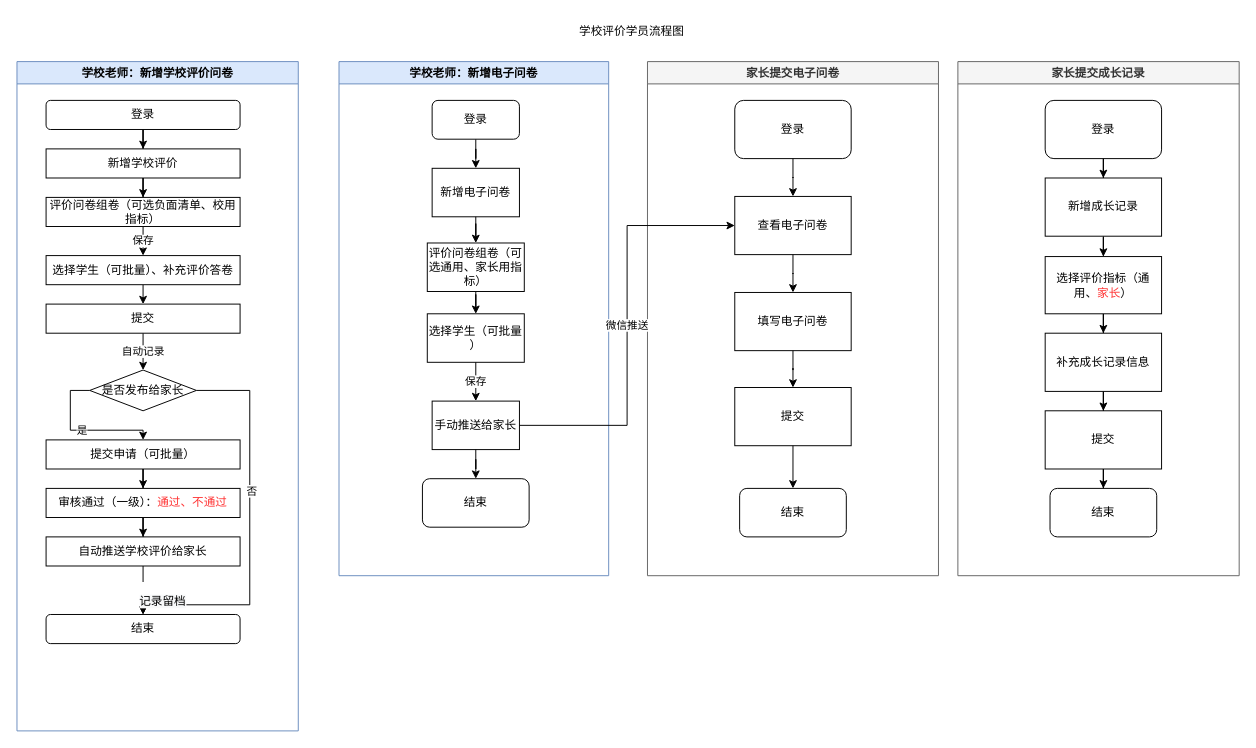
This is page "第 2 页" (1 of 2) of 家校评价学员.drawio from kokyjoky/testRealm, a draw.io file, before an edit. Source tidied: cells renumbered, new cells numbered last; positions are measured from the earlier drawing's top-left corner, leaving out a move shared by most shapes. Both pictures are drawn from the tidied source at 97%, with x=0, y=0 at pixel (16, 16).
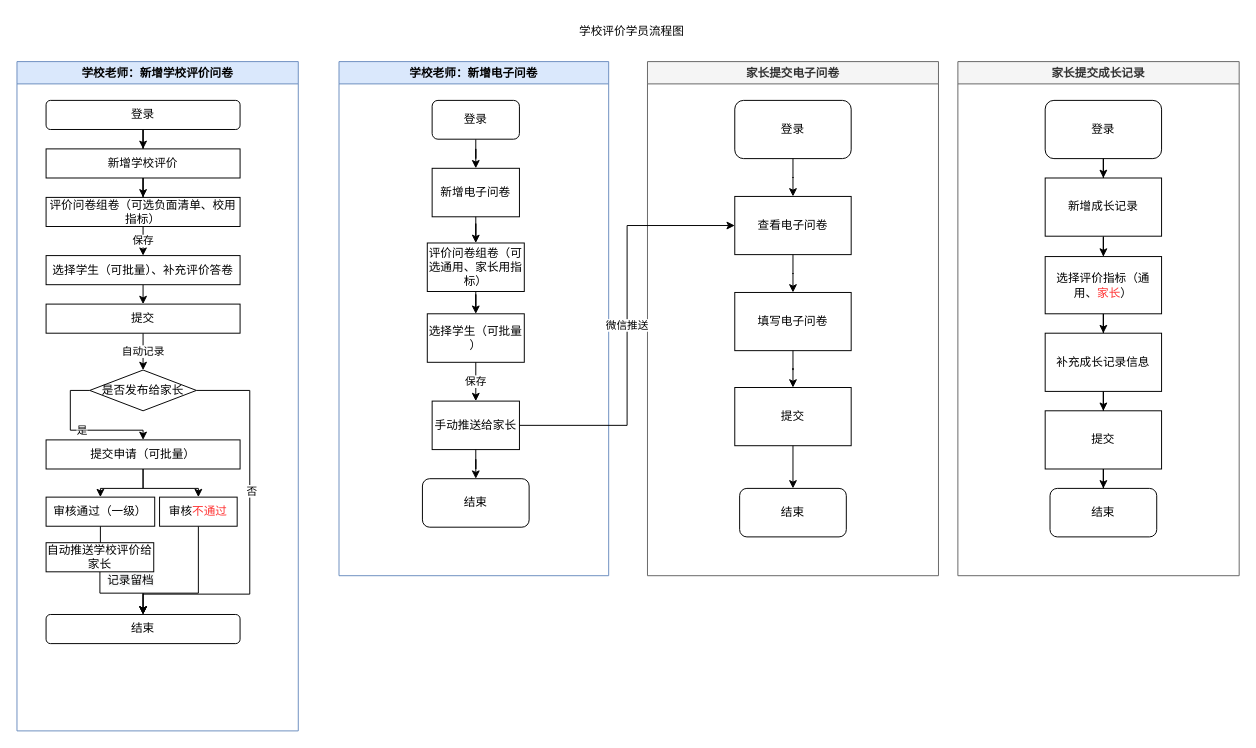
After the change.

Commit message:
更新家校评价学员.drawio

Unchanged cells that the change refers to:
```xml
<mxCell id="2" value="学校老师：新增学校评价问卷" style="swimlane;fillColor=#dae8fc;strokeColor=#6c8ebf;" parent="1" vertex="1">
  <mxGeometry y="46" width="290" height="690" as="geometry" />
</mxCell>
<mxCell id="16" value="是否发布给家长" style="rhombus;whiteSpace=wrap;html=1;" parent="2" vertex="1">
  <mxGeometry x="75" y="318" width="110" height="42" as="geometry" />
</mxCell>
<mxCell id="18" value="提交申请（可批量）" style="rounded=0;whiteSpace=wrap;html=1;" parent="2" vertex="1">
  <mxGeometry x="30" y="390" width="200" height="30" as="geometry" />
</mxCell>
<mxCell id="23" value="结束" style="rounded=1;whiteSpace=wrap;html=1;" parent="2" vertex="1">
  <mxGeometry x="30" y="570" width="200" height="30" as="geometry" />
</mxCell>
```

Diff of the diagram source:
```diff
@@
     <mxCell id="13" style="edgeStyle=orthogonalEdgeStyle;rounded=0;jettySize=auto;html=1;entryX=0.5;entryY=0;entryDx=0;entryDy=0;exitX=1;exitY=0.5;exitDx=0;exitDy=0;" parent="2" edge="1" source="16" target="23">
       <mxGeometry relative="1" as="geometry">
         <Array as="points">
           <mxPoint x="240" y="339" />
-          <mxPoint x="240" y="560" />
-          <mxPoint x="130" y="560" />
+          <mxPoint x="240" y="549" />
+          <mxPoint x="130" y="549" />
         </Array>
       </mxGeometry>
     </mxCell>
@@
+    <mxCell id="64" style="edgeStyle=orthogonalEdgeStyle;rounded=0;jettySize=auto;html=1;entryX=0.5;entryY=0;entryDx=0;entryDy=0;fontColor=#FF3333;" parent="2" edge="1" source="18" target="66">
+      <mxGeometry relative="1" as="geometry" />
+    </mxCell>
@@
-    <mxCell id="20" value="审核通过（一级）：&lt;font color=&quot;#ff3333&quot;&gt;通过、不通过&lt;/font&gt;" style="rounded=0;whiteSpace=wrap;html=1;" parent="2" vertex="1">
-      <mxGeometry x="30" y="440" width="200" height="30" as="geometry" />
+    <mxCell id="20" value="审核通过（一级）" style="rounded=0;whiteSpace=wrap;html=1;" parent="2" vertex="1">
+      <mxGeometry x="30" y="449" width="112" height="30" as="geometry" />
     </mxCell>
@@
     <mxCell id="22" value="自动推送学校评价给家长" style="rounded=0;whiteSpace=wrap;html=1;" parent="2" vertex="1">
-      <mxGeometry x="30" y="490" width="200" height="30" as="geometry" />
+      <mxGeometry x="30" y="496" width="111" height="30" as="geometry" />
     </mxCell>
@@
+    <mxCell id="65" style="edgeStyle=orthogonalEdgeStyle;rounded=0;jettySize=auto;html=1;fontColor=#FF3333;" parent="2" edge="1" source="66" target="23">
+      <mxGeometry relative="1" as="geometry">
+        <Array as="points">
+          <mxPoint x="187" y="548" />
+          <mxPoint x="130" y="548" />
+        </Array>
+      </mxGeometry>
+    </mxCell>
+    <mxCell id="66" value="审核&lt;font color=&quot;#ff3333&quot;&gt;不通过&lt;/font&gt;" style="rounded=0;whiteSpace=wrap;html=1;" parent="2" vertex="1">
+      <mxGeometry x="147" y="449" width="80" height="30" as="geometry" />
+    </mxCell>
```
